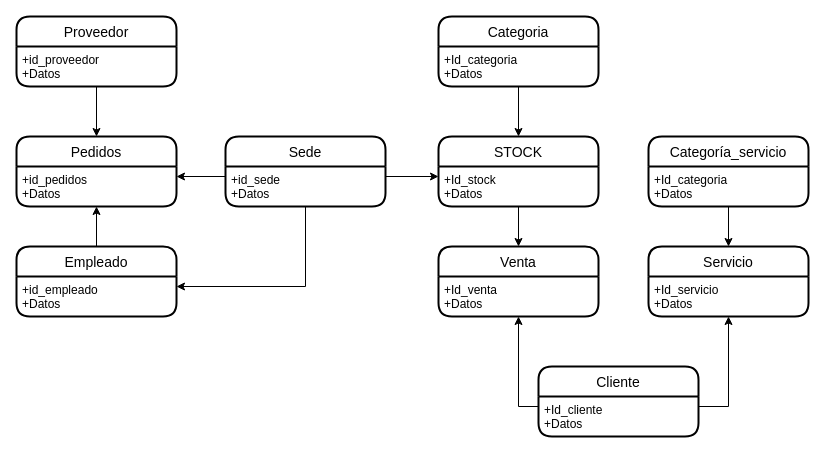
Above: Diagrama sin título.drawio in MikhersAgustiniana/Diagrama-MER (draw.io), before the change. Source tidied: cells renumbered, new cells numbered last; positions are measured from the earlier drawing's top-left corner, leaving out a move shared by most shapes. Both pictures are drawn from the tidied source at 100%, with x=0, y=0 at pixel (16, 16).
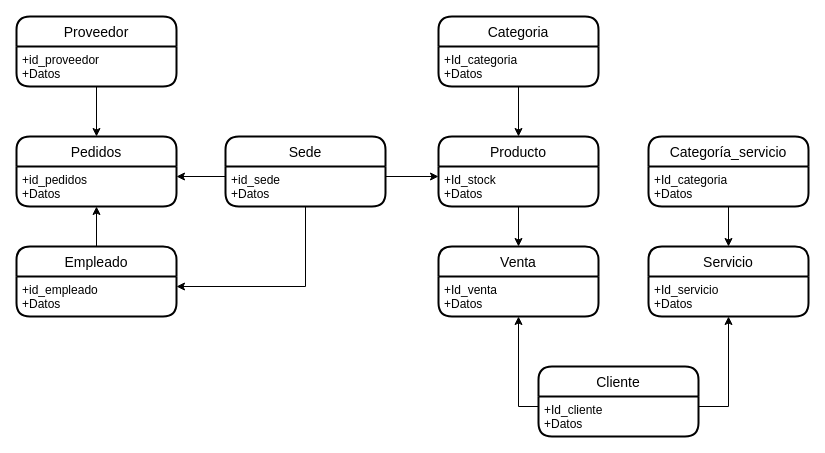
The same page after the edit.

Change to the diagram source:
```diff
@@
-    <mxCell id="12" value="STOCK" style="swimlane;horizontal=1;startSize=30;rounded=1;fontSize=14;fontStyle=0;strokeWidth=2;shadow=0;dashed=0;align=center;" parent="1" vertex="1">
+    <mxCell id="12" value="Producto" style="swimlane;horizontal=1;startSize=30;rounded=1;fontSize=14;fontStyle=0;strokeWidth=2;shadow=0;dashed=0;align=center;" parent="1" vertex="1">
       <mxGeometry x="422" y="120" width="160" height="70" as="geometry" />
     </mxCell>
```
